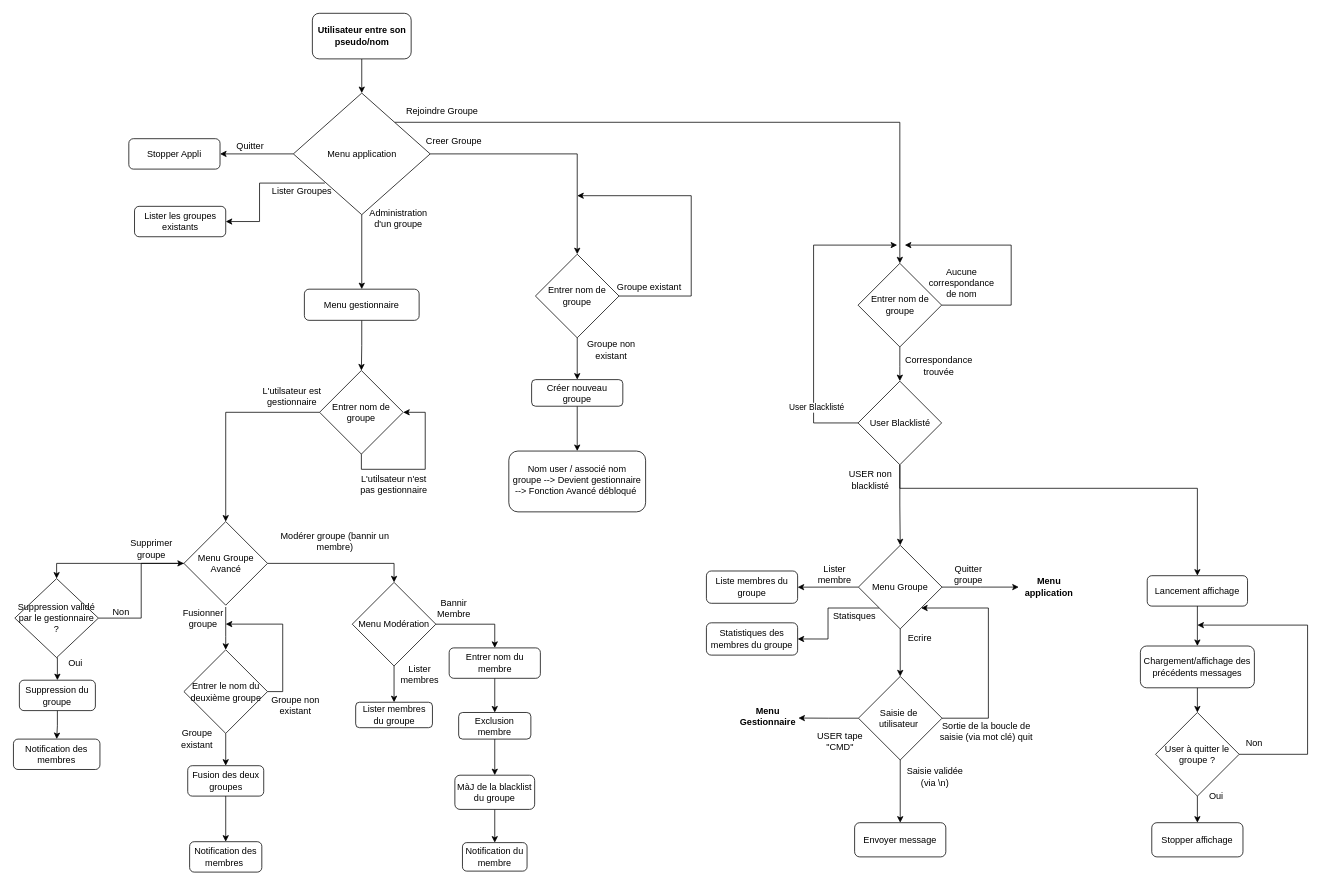
The draw.io diagram docs/Diagramme/DiagrammeFlux_Projet_a_jourV2.drawio in clementfvrl/projet_linux, before the edit. Source tidied: cells renumbered, new cells numbered last; positions are measured from the earlier drawing's top-left corner, leaving out a move shared by most shapes. Both pictures are drawn from the tidied source at 76%, with x=0, y=0 at pixel (13, 13).
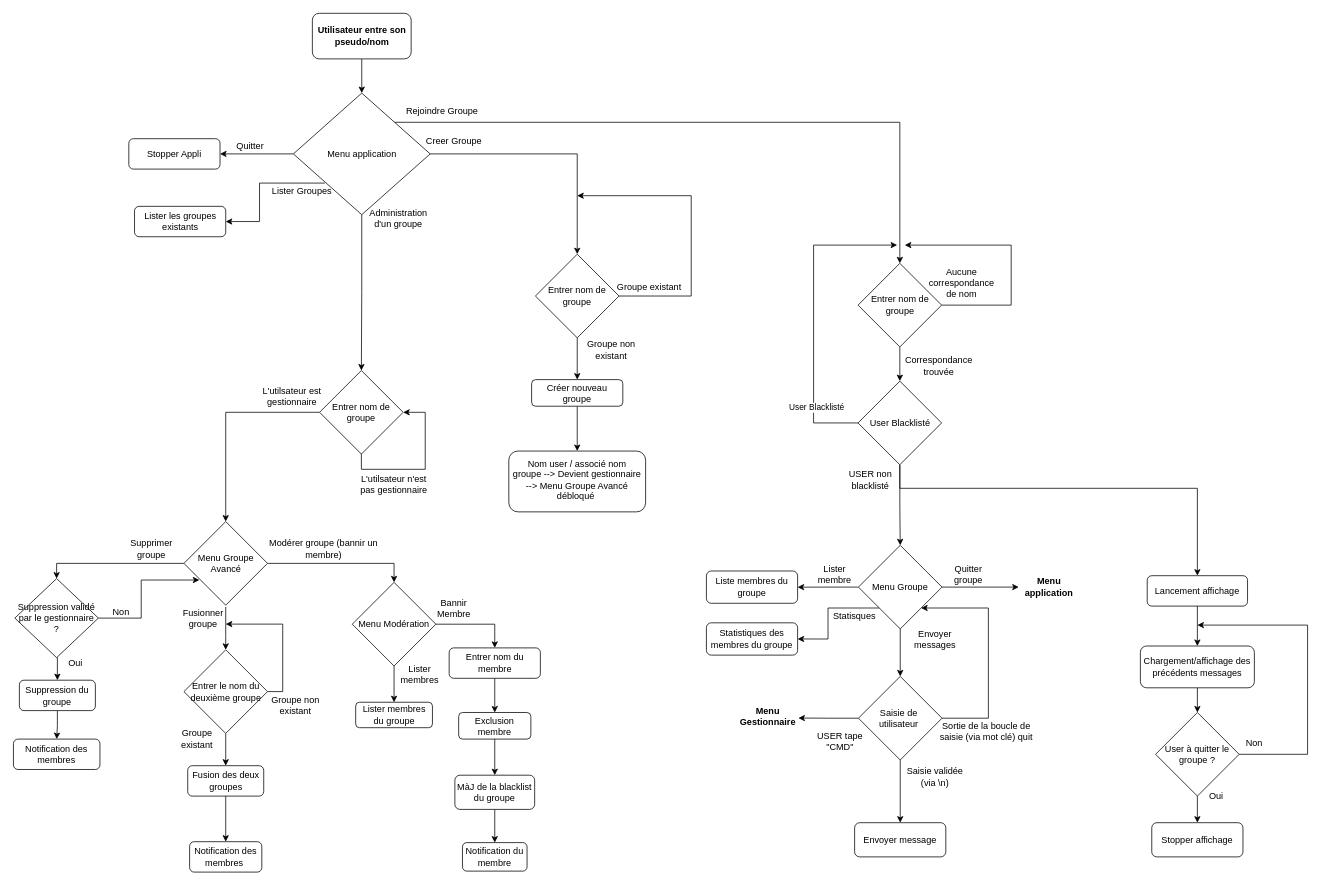
The same diagram, later.

Commit message (it also covers changes not shown here):
MàJ diagramme

The change refers to these unchanged cells:
```xml
<mxCell id="28" value="Menu application" style="rhombus;whiteSpace=wrap;html=1;points=[[0,0.5,0,0,0],[0.23,0.74,0,0,0],[0.25,0.24,0,0,0],[0.5,0,0,0,0],[0.5,1,0,0,0],[0.74,0.24,0,0,0],[0.76,0.74,0,0,0],[1,0.5,0,0,0]];" parent="1" vertex="1">
  <mxGeometry x="368.5" y="105" width="180" height="160" as="geometry" />
</mxCell>
<mxCell id="36" value="Menu Groupe&lt;div&gt;Avancé&lt;/div&gt;" style="rhombus;whiteSpace=wrap;html=1;" parent="1" vertex="1">
  <mxGeometry x="224.5" y="668.8" width="110" height="110" as="geometry" />
</mxCell>
<mxCell id="56" value="Entrer nom de groupe" style="rhombus;whiteSpace=wrap;html=1;" parent="1" vertex="1">
  <mxGeometry x="403" y="470" width="110" height="110" as="geometry" />
</mxCell>
<mxCell id="77" value="Suppression validé par le gestionnaire ?" style="rhombus;whiteSpace=wrap;html=1;" parent="1" vertex="1">
  <mxGeometry x="2" y="743.8" width="110" height="104" as="geometry" />
</mxCell>
```

Diff of the diagram source:
```diff
@@
-    <mxCell id="18" value="Ecrire" style="text;strokeColor=none;align=center;fillColor=none;html=1;verticalAlign=middle;whiteSpace=wrap;rounded=0;" parent="1" vertex="1">
-      <mxGeometry x="1163" y="807" width="60" height="30" as="geometry" />
+    <mxCell id="18" value="Envoyer messages" style="text;strokeColor=none;align=center;fillColor=none;html=1;verticalAlign=middle;whiteSpace=wrap;rounded=0;" parent="1" vertex="1">
+      <mxGeometry x="1183" y="809.2" width="60" height="30" as="geometry" />
     </mxCell>
@@
-    <mxCell id="23" style="edgeStyle=orthogonalEdgeStyle;rounded=0;jettySize=auto;html=1;exitX=0.5;exitY=1;exitDx=0;exitDy=0;entryX=0.5;entryY=0;entryDx=0;entryDy=0;" parent="1" edge="1" source="28" target="54">
+    <mxCell id="23" style="edgeStyle=orthogonalEdgeStyle;rounded=0;jettySize=auto;html=1;exitX=0.5;exitY=1;exitDx=0;exitDy=0;entryX=0.5;entryY=0;entryDx=0;entryDy=0;" parent="1" edge="1" source="28" target="56">
       <mxGeometry relative="1" as="geometry" />
     </mxCell>
@@
-    <mxCell id="33" value="Nom user / associé nom groupe --&amp;gt; Devient gestionnaire --&amp;gt; Fonction Avancé débloqué&amp;nbsp;" style="rounded=1;whiteSpace=wrap;html=1;shadow=0;strokeWidth=1;spacing=6;spacingTop=-4;" parent="1" vertex="1">
+    <mxCell id="33" value="Nom user / associé nom groupe --&amp;gt; Devient gestionnaire --&amp;gt; Menu Groupe Avancé débloqué&amp;nbsp;" style="rounded=1;whiteSpace=wrap;html=1;shadow=0;strokeWidth=1;spacing=6;spacingTop=-4;" parent="1" vertex="1">
       <mxGeometry x="652" y="576" width="180" height="80" as="geometry" />
     </mxCell>
@@
     <mxCell id="46" value="Modérer groupe (bannir un membre)" style="text;strokeColor=none;align=center;fillColor=none;html=1;verticalAlign=middle;whiteSpace=wrap;rounded=0;" parent="1" vertex="1">
-      <mxGeometry x="342" y="680" width="162.5" height="30" as="geometry" />
+      <mxGeometry x="327" y="690" width="162.5" height="30" as="geometry" />
     </mxCell>
@@
-    <mxCell id="53" style="edgeStyle=orthogonalEdgeStyle;rounded=0;jettySize=auto;html=1;exitX=0.5;exitY=1;exitDx=0;exitDy=0;entryX=0.5;entryY=0;entryDx=0;entryDy=0;" parent="1" edge="1" source="54" target="56">
-      <mxGeometry relative="1" as="geometry" />
-    </mxCell>
-    <mxCell id="54" value="Menu gestionnaire" style="whiteSpace=wrap;html=1;rounded=1;glass=0;strokeWidth=1;shadow=0;" parent="1" vertex="1">
-      <mxGeometry x="383" y="363" width="151" height="41" as="geometry" />
-    </mxCell>
@@
-    <mxCell id="76" style="edgeStyle=orthogonalEdgeStyle;rounded=0;jettySize=auto;html=1;exitX=1;exitY=0.5;exitDx=0;exitDy=0;entryX=0;entryY=0.5;entryDx=0;entryDy=0;" parent="1" edge="1" source="77" target="36">
+    <mxCell id="76" style="edgeStyle=orthogonalEdgeStyle;rounded=0;jettySize=auto;html=1;exitX=1;exitY=0.5;exitDx=0;exitDy=0;entryX=0.185;entryY=0.699;entryDx=0;entryDy=0;entryPerimeter=0;" parent="1" edge="1" source="77" target="36">
       <mxGeometry relative="1" as="geometry" />
     </mxCell>
```
